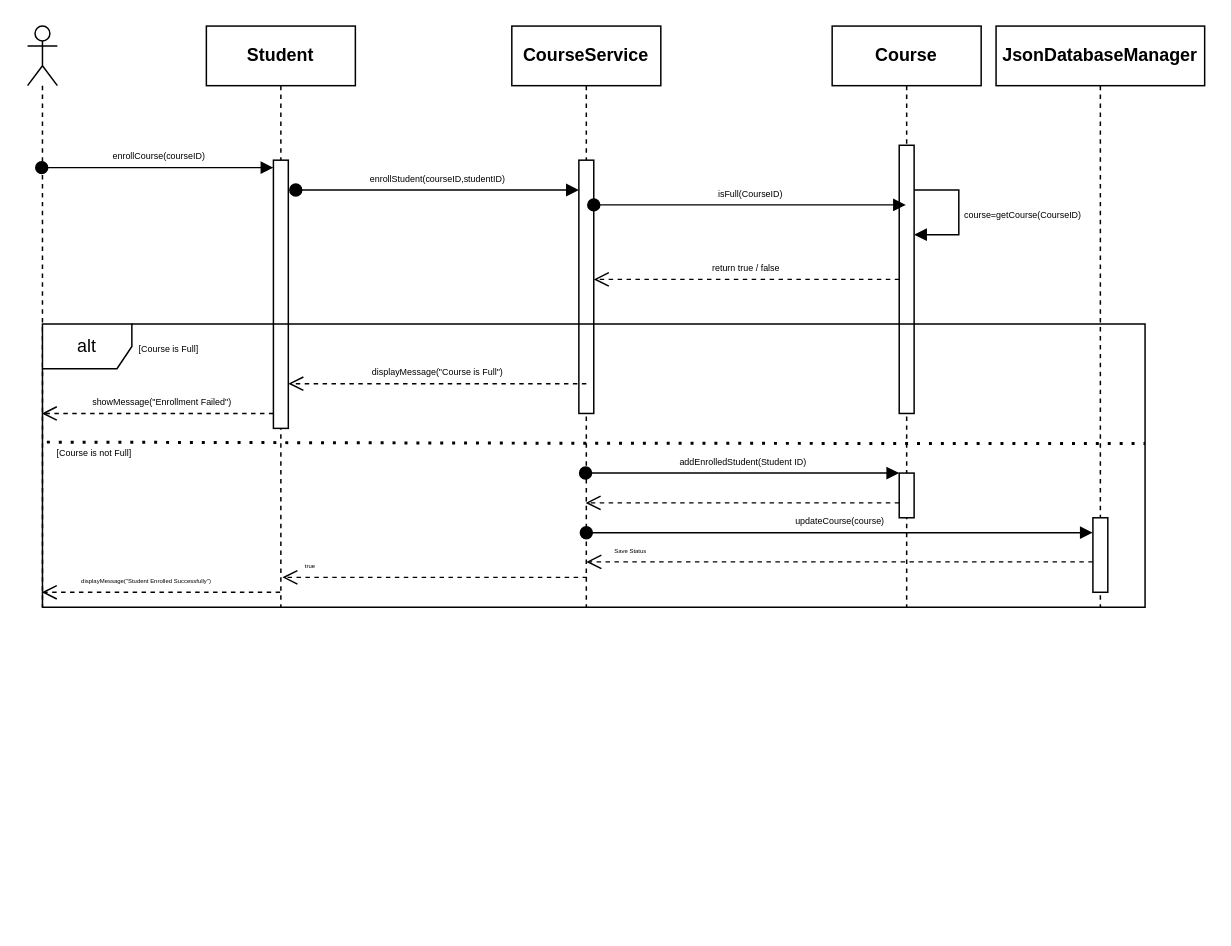
Earlier version of the draw.io diagram Sequence Diagram.drawio (Abdelaziz-Islam-Galal/Programming-2_Lab-6). Source tidied: cells renumbered, new cells numbered last; positions are measured from the earlier drawing's top-left corner, leaving out a move shared by most shapes. Both pictures are drawn from the tidied source at 149%, with x=0, y=0 at pixel (27, 25).
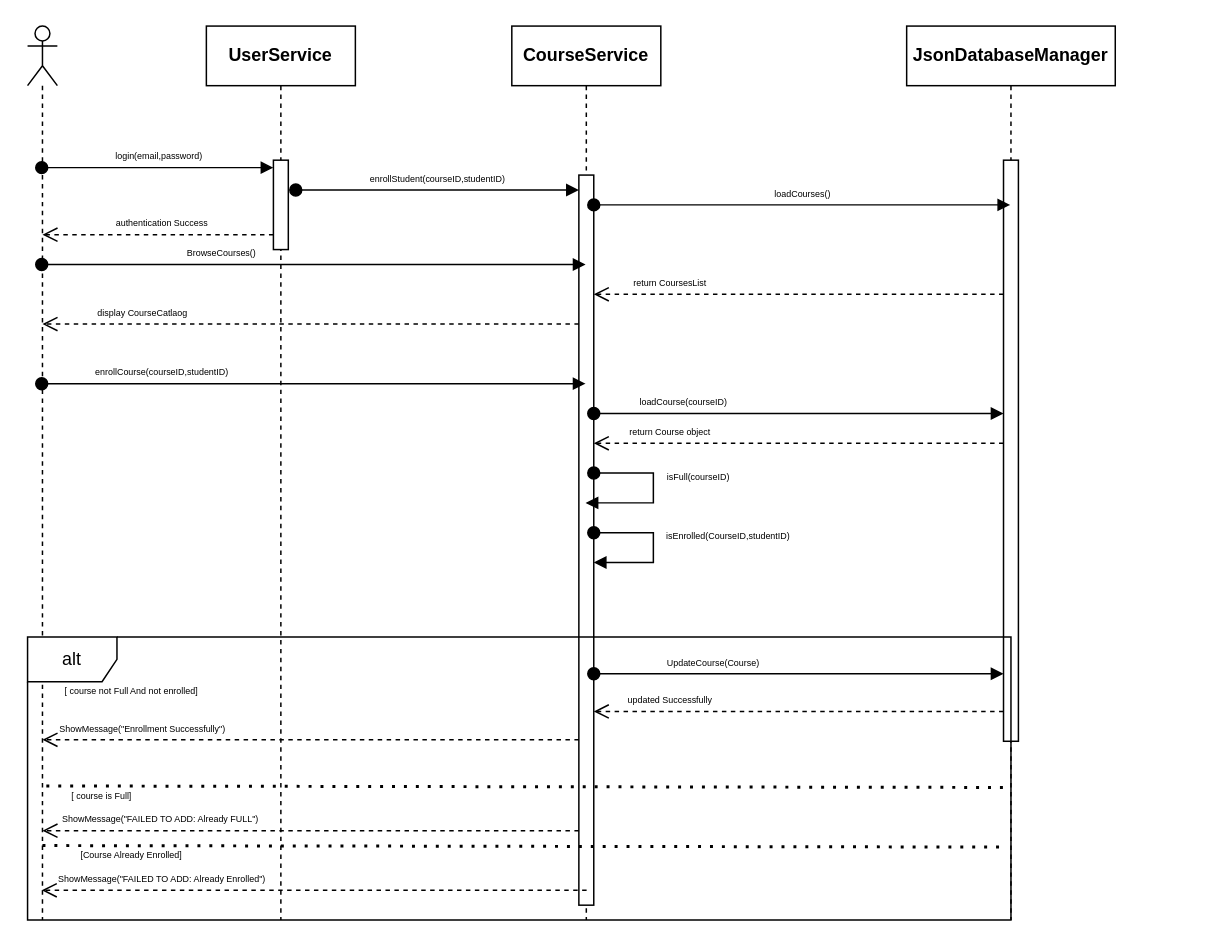
Above is the later version.

Diff of the diagram source:
```diff
@@
     <mxCell id="2" style="shape=umlLifeline;perimeter=lifelinePerimeter;whiteSpace=wrap;html=1;outlineConnect=0;portConstraint=eastwest;newEdgeStyle={&quot;curved&quot;:0,&quot;rounded&quot;:0};participant=umlActor;" parent="1" vertex="1">
-      <mxGeometry width="20" height="390" as="geometry" />
+      <mxGeometry width="20" height="600" as="geometry" />
     </mxCell>
-    <mxCell id="3" value="&lt;b&gt;Student&lt;/b&gt;" style="shape=umlLifeline;perimeter=lifelinePerimeter;whiteSpace=wrap;html=1;outlineConnect=0;portConstraint=eastwest;newEdgeStyle={&quot;curved&quot;:0,&quot;rounded&quot;:0};" parent="1" vertex="1">
-      <mxGeometry x="120" width="100" height="390" as="geometry" />
+    <mxCell id="3" value="&lt;b&gt;UserService&lt;/b&gt;" style="shape=umlLifeline;perimeter=lifelinePerimeter;whiteSpace=wrap;html=1;outlineConnect=0;portConstraint=eastwest;newEdgeStyle={&quot;curved&quot;:0,&quot;rounded&quot;:0};" parent="1" vertex="1">
+      <mxGeometry x="120" width="100" height="600" as="geometry" />
     </mxCell>
     <mxCell id="4" style="html=1;points=[[0,0,0,0,5],[0,1,0,0,-5],[1,0,0,0,5],[1,1,0,0,-5]];perimeter=orthogonalPerimeter;outlineConnect=0;targetShapes=umlLifeline;portConstraint=eastwest;newEdgeStyle={&quot;curved&quot;:0,&quot;rounded&quot;:0};" parent="3" vertex="1">
-      <mxGeometry x="45" y="90" width="10" height="180" as="geometry" />
+      <mxGeometry x="45" y="90" width="10" height="60" as="geometry" />
     </mxCell>
-    <mxCell id="5" value="&lt;font style=&quot;font-size: 6px;&quot;&gt;enrollCourse(courseID)&lt;/font&gt;" style="html=1;verticalAlign=bottom;startArrow=oval;endArrow=block;startSize=8;curved=0;rounded=0;entryX=0;entryY=0;entryDx=0;entryDy=5;" parent="1" edge="1" source="2" target="4">
+    <mxCell id="5" value="&lt;span style=&quot;font-size: 6px;&quot;&gt;login(email,password)&lt;/span&gt;" style="html=1;verticalAlign=bottom;startArrow=oval;endArrow=block;startSize=8;curved=0;rounded=0;entryX=0;entryY=0;entryDx=0;entryDy=5;" parent="1" edge="1" source="2" target="4">
       <mxGeometry relative="1" as="geometry" />
     </mxCell>
     <mxCell id="6" value="&lt;b&gt;CourseService&lt;/b&gt;" style="shape=umlLifeline;perimeter=lifelinePerimeter;whiteSpace=wrap;html=1;outlineConnect=0;portConstraint=eastwest;newEdgeStyle={&quot;curved&quot;:0,&quot;rounded&quot;:0};" parent="1" vertex="1">
-      <mxGeometry x="325" width="100" height="390" as="geometry" />
+      <mxGeometry x="325" width="100" height="600" as="geometry" />
     </mxCell>
     <mxCell id="7" style="html=1;points=[[0,0,0,0,5],[0,1,0,0,-5],[1,0,0,0,5],[1,1,0,0,-5]];perimeter=orthogonalPerimeter;outlineConnect=0;targetShapes=umlLifeline;portConstraint=eastwest;newEdgeStyle={&quot;curved&quot;:0,&quot;rounded&quot;:0};" parent="6" vertex="1">
-      <mxGeometry x="45" y="90" width="10" height="170" as="geometry" />
+      <mxGeometry x="45" y="100" width="10" height="490" as="geometry" />
     </mxCell>
-    <mxCell id="8" value="&lt;b&gt;Course&lt;/b&gt;" style="shape=umlLifeline;perimeter=lifelinePerimeter;whiteSpace=wrap;html=1;outlineConnect=0;portConstraint=eastwest;newEdgeStyle={&quot;curved&quot;:0,&quot;rounded&quot;:0};" parent="1" vertex="1">
-      <mxGeometry x="540" width="100" height="390" as="geometry" />
-    </mxCell>
-    <mxCell id="9" style="html=1;perimeter=orthogonalPerimeter;targetShapes=umlLifeline;newEdgeStyle={&quot;curved&quot;:0,&quot;rounded&quot;:0};" parent="8" vertex="1">
-      <mxGeometry x="45" y="80" width="10" height="180" as="geometry" />
-    </mxCell>
-    <mxCell id="10" value="&lt;font style=&quot;font-size: 6px;&quot;&gt;course=getCourse(CourseID)&lt;/font&gt;" style="html=1;align=left;spacingLeft=2;endArrow=block;rounded=0;edgeStyle=orthogonalEdgeStyle;curved=0;rounded=0;" parent="8" edge="1">
-      <mxGeometry relative="1" as="geometry">
-        <mxPoint x="55" y="110" as="sourcePoint" />
-        <mxPoint x="55" y="140" as="targetPoint" />
-        <Array as="points">
-          <mxPoint x="85" y="140" />
-        </Array>
-      </mxGeometry>
-    </mxCell>
-    <mxCell id="11" style="html=1;points=[[0,0,0,0,5],[0,1,0,0,-5],[1,0,0,0,5],[1,1,0,0,-5]];perimeter=orthogonalPerimeter;outlineConnect=0;targetShapes=umlLifeline;portConstraint=eastwest;newEdgeStyle={&quot;curved&quot;:0,&quot;rounded&quot;:0};" parent="8" vertex="1">
-      <mxGeometry x="45" y="300" width="10" height="30" as="geometry" />
-    </mxCell>
+    <mxCell id="32" value="&lt;font style=&quot;font-size: 6px;&quot;&gt;isFull(courseID)&lt;/font&gt;" style="html=1;verticalAlign=bottom;startArrow=oval;startFill=1;endArrow=block;startSize=8;curved=0;rounded=0;" parent="6" edge="1" source="7" target="6">
+      <mxGeometry x="-0.05" y="30" relative="1" as="geometry">
+        <Array as="points">
+          <mxPoint x="95" y="300" />
+          <mxPoint x="95" y="320" />
+        </Array>
+      </mxGeometry>
+    </mxCell>
+    <mxCell id="33" value="&lt;span style=&quot;font-size: 6px;&quot;&gt;isEnrolled(CourseID,studentID)&lt;/span&gt;" style="html=1;verticalAlign=bottom;startArrow=oval;startFill=1;endArrow=block;startSize=8;curved=0;rounded=0;" parent="6" edge="1" source="7" target="7">
+      <mxGeometry y="50" relative="1" as="geometry">
+        <Array as="points">
+          <mxPoint x="95" y="340" />
+          <mxPoint x="95" y="350" />
+          <mxPoint x="95" y="360" />
+        </Array>
+      </mxGeometry>
+    </mxCell>
     <mxCell id="12" value="&lt;b&gt;JsonDatabaseManager&lt;/b&gt;" style="shape=umlLifeline;perimeter=lifelinePerimeter;whiteSpace=wrap;html=1;outlineConnect=0;portConstraint=eastwest;newEdgeStyle={&quot;curved&quot;:0,&quot;rounded&quot;:0};" parent="1" vertex="1">
-      <mxGeometry x="650" width="140" height="390" as="geometry" />
+      <mxGeometry x="590" width="140" height="600" as="geometry" />
     </mxCell>
     <mxCell id="13" style="html=1;points=[[0,0,0,0,5],[0,1,0,0,-5],[1,0,0,0,5],[1,1,0,0,-5]];perimeter=orthogonalPerimeter;outlineConnect=0;targetShapes=umlLifeline;portConstraint=eastwest;newEdgeStyle={&quot;curved&quot;:0,&quot;rounded&quot;:0};" parent="12" vertex="1">
-      <mxGeometry x="65" y="330" width="10" height="50" as="geometry" />
+      <mxGeometry x="65" y="90" width="10" height="390" as="geometry" />
     </mxCell>
@@
+    <mxCell id="16" value="&lt;span style=&quot;font-size: 6px;&quot;&gt;loadCourses()&lt;/span&gt;" style="html=1;verticalAlign=bottom;startArrow=oval;endArrow=block;startSize=8;curved=0;rounded=0;" parent="1" edge="1" target="12">
+      <mxGeometry relative="1" as="geometry">
+        <mxPoint x="380" y="120" as="sourcePoint" />
+      </mxGeometry>
+    </mxCell>
+    <mxCell id="19" style="endArrow=none;dashed=1;html=1;dashPattern=1 3;strokeWidth=2;rounded=0;exitX=0.004;exitY=0.417;exitDx=0;exitDy=0;exitPerimeter=0;entryX=1;entryY=0.422;entryDx=0;entryDy=0;entryPerimeter=0;" parent="1" edge="1">
+      <mxGeometry relative="1" as="geometry">
+        <mxPoint x="12.6" y="510" as="sourcePoint" />
+        <mxPoint x="660" y="511" as="targetPoint" />
+      </mxGeometry>
+    </mxCell>
+    <mxCell id="34" value="&lt;span style=&quot;font-size: 6px;&quot;&gt;authentication Success&lt;/span&gt;" style="html=1;verticalAlign=bottom;endArrow=open;dashed=1;endSize=8;curved=0;rounded=0;" parent="1" edge="1" source="4">
+      <mxGeometry x="-0.03" relative="1" as="geometry">
+        <mxPoint x="10" y="140" as="targetPoint" />
+        <Array as="points">
+          <mxPoint x="140" y="140" />
+        </Array>
+      </mxGeometry>
+    </mxCell>
+    <mxCell id="35" value="&lt;span style=&quot;font-size: 6px;&quot;&gt;BrowseCourses()&lt;/span&gt;" style="html=1;verticalAlign=bottom;startArrow=oval;endArrow=block;startSize=8;curved=0;rounded=0;" parent="1" edge="1" source="2" target="6">
+      <mxGeometry x="-0.34" relative="1" as="geometry">
+        <Array as="points">
+          <mxPoint x="200" y="160" />
+        </Array>
+      </mxGeometry>
+    </mxCell>
+    <mxCell id="36" value="&lt;span style=&quot;font-size: 6px;&quot;&gt;return CoursesList&lt;/span&gt;" style="html=1;verticalAlign=bottom;endArrow=open;dashed=1;endSize=8;curved=0;rounded=0;" parent="1" edge="1" source="13">
+      <mxGeometry x="0.63" relative="1" as="geometry">
+        <mxPoint x="380" y="180" as="targetPoint" />
+        <Array as="points">
+          <mxPoint x="460" y="180" />
+        </Array>
+      </mxGeometry>
+    </mxCell>
     <mxCell id="15" value="alt" style="shape=umlFrame;whiteSpace=wrap;html=1;" parent="1" vertex="1">
-      <mxGeometry x="10" y="200" width="740" height="190" as="geometry" />
+      <mxGeometry y="410" width="660" height="190" as="geometry" />
     </mxCell>
-    <mxCell id="16" value="&lt;font style=&quot;font-size: 6px;&quot;&gt;isFull(CourseID)&lt;/font&gt;" style="html=1;verticalAlign=bottom;startArrow=oval;endArrow=block;startSize=8;curved=0;rounded=0;" parent="1" edge="1" target="8">
-      <mxGeometry relative="1" as="geometry">
-        <mxPoint x="380" y="120" as="sourcePoint" />
-      </mxGeometry>
-    </mxCell>
-    <mxCell id="17" value="&lt;font style=&quot;font-size: 6px;&quot;&gt;showMessage(&quot;Enrollment Failed&quot;)&lt;/font&gt;" style="html=1;verticalAlign=bottom;endArrow=open;dashed=1;endSize=8;curved=0;rounded=0;" parent="1" edge="1" source="4" target="2">
-      <mxGeometry x="-0.03" relative="1" as="geometry">
-        <Array as="points">
-          <mxPoint x="90" y="260" />
-        </Array>
-      </mxGeometry>
-    </mxCell>
-    <mxCell id="18" value="&lt;span style=&quot;font-size: 6px;&quot;&gt;return true / false&lt;/span&gt;" style="html=1;verticalAlign=bottom;endArrow=open;dashed=1;endSize=8;curved=0;rounded=0;" parent="1" edge="1" target="7">
-      <mxGeometry relative="1" as="geometry">
-        <mxPoint x="585" y="170" as="sourcePoint" />
-        <Array as="points">
-          <mxPoint x="450" y="170" />
-        </Array>
-      </mxGeometry>
-    </mxCell>
-    <mxCell id="19" style="endArrow=none;dashed=1;html=1;dashPattern=1 3;strokeWidth=2;rounded=0;exitX=0.004;exitY=0.417;exitDx=0;exitDy=0;exitPerimeter=0;entryX=1;entryY=0.422;entryDx=0;entryDy=0;entryPerimeter=0;" parent="1" edge="1" source="15" target="15">
-      <mxGeometry relative="1" as="geometry">
-        <Array as="points">
-          <mxPoint x="375" y="280" />
-        </Array>
-      </mxGeometry>
-    </mxCell>
-    <mxCell id="20" value="&lt;span style=&quot;font-size: 6px;&quot;&gt;displayMessage(&quot;Course is Full&quot;)&lt;/span&gt;" style="html=1;verticalAlign=bottom;endArrow=open;dashed=1;endSize=8;curved=0;rounded=0;" parent="1" edge="1">
-      <mxGeometry relative="1" as="geometry">
-        <mxPoint x="375" y="240" as="sourcePoint" />
-        <mxPoint x="175" y="240" as="targetPoint" />
-        <Array as="points">
-          <mxPoint x="185" y="240" />
-        </Array>
-      </mxGeometry>
-    </mxCell>
-    <mxCell id="21" value="&lt;font style=&quot;font-size: 6px;&quot;&gt;[Course is Full]&lt;/font&gt;" style="text;html=1;whiteSpace=wrap;strokeColor=none;fillColor=none;align=center;verticalAlign=middle;rounded=0;" parent="1" vertex="1">
-      <mxGeometry x="60" y="200" width="70" height="30" as="geometry" />
-    </mxCell>
-    <mxCell id="22" value="&lt;font style=&quot;font-size: 6px;&quot;&gt;[Course is not Full]&lt;/font&gt;" style="text;html=1;whiteSpace=wrap;strokeColor=none;fillColor=none;align=center;verticalAlign=middle;rounded=0;" parent="1" vertex="1">
-      <mxGeometry x="10" y="270" width="70" height="30" as="geometry" />
-    </mxCell>
-    <mxCell id="23" value="&lt;span style=&quot;font-size: 6px;&quot;&gt;addEnrolledStudent(Student ID)&lt;/span&gt;" style="html=1;verticalAlign=bottom;startArrow=oval;endArrow=block;startSize=8;curved=0;rounded=0;" parent="1" edge="1" source="6" target="11">
-      <mxGeometry relative="1" as="geometry" />
-    </mxCell>
-    <mxCell id="24" style="html=1;verticalAlign=bottom;endArrow=open;dashed=1;endSize=8;curved=0;rounded=0;" parent="1" edge="1" source="11" target="6">
-      <mxGeometry relative="1" as="geometry">
-        <Array as="points">
-          <mxPoint x="580" y="320" />
-        </Array>
-      </mxGeometry>
-    </mxCell>
-    <mxCell id="25" value="&lt;span style=&quot;font-size: 6px;&quot;&gt;updateCourse(course)&lt;/span&gt;" style="html=1;verticalAlign=bottom;startArrow=oval;endArrow=block;startSize=8;curved=0;rounded=0;" parent="1" edge="1">
-      <mxGeometry relative="1" as="geometry">
-        <mxPoint x="375" y="340" as="sourcePoint" />
-        <mxPoint x="714.9" y="340" as="targetPoint" />
-        <Array as="points">
-          <mxPoint x="449.9" y="340" />
-        </Array>
-      </mxGeometry>
-    </mxCell>
-    <mxCell id="26" style="html=1;verticalAlign=bottom;endArrow=open;dashed=1;endSize=8;curved=0;rounded=0;" parent="1" edge="1">
-      <mxGeometry relative="1" as="geometry">
-        <mxPoint x="714.9" y="359.6" as="sourcePoint" />
-        <mxPoint x="375" y="359.6" as="targetPoint" />
-        <Array as="points">
-          <mxPoint x="709.9" y="359.6" />
-          <mxPoint x="539.9" y="359.6" />
-        </Array>
-      </mxGeometry>
-    </mxCell>
-    <mxCell id="27" value="&lt;span style=&quot;font-size: 4px;&quot;&gt;Save Status&lt;/span&gt;" style="text;html=1;whiteSpace=wrap;strokeColor=none;fillColor=none;align=center;verticalAlign=middle;rounded=0;" parent="1" vertex="1">
-      <mxGeometry x="375" y="340" width="60" height="20" as="geometry" />
-    </mxCell>
-    <mxCell id="28" style="html=1;verticalAlign=bottom;endArrow=open;dashed=1;endSize=8;curved=0;rounded=0;" parent="1" edge="1">
-      <mxGeometry relative="1" as="geometry">
-        <mxPoint x="375.5" y="370" as="sourcePoint" />
-        <mxPoint x="171" y="370" as="targetPoint" />
-        <Array as="points">
-          <mxPoint x="336" y="370" />
-        </Array>
-      </mxGeometry>
-    </mxCell>
-    <mxCell id="29" value="&lt;font style=&quot;font-size: 4px;&quot;&gt;true&lt;/font&gt;" style="text;html=1;whiteSpace=wrap;strokeColor=none;fillColor=none;align=center;verticalAlign=middle;rounded=0;" parent="1" vertex="1">
-      <mxGeometry x="160" y="350" width="60" height="20" as="geometry" />
-    </mxCell>
-    <mxCell id="30" style="html=1;verticalAlign=bottom;endArrow=open;dashed=1;endSize=8;curved=0;rounded=0;" parent="1" edge="1" source="3" target="2">
-      <mxGeometry relative="1" as="geometry">
-        <Array as="points">
-          <mxPoint x="140" y="380" />
-          <mxPoint x="90" y="380" />
-        </Array>
-      </mxGeometry>
-    </mxCell>
-    <mxCell id="31" value="&lt;span style=&quot;font-size: 4px;&quot;&gt;displayMessage(&quot;Student Enrolled Successfully&quot;)&lt;/span&gt;" style="text;html=1;whiteSpace=wrap;strokeColor=none;fillColor=none;align=center;verticalAlign=middle;rounded=0;" parent="1" vertex="1">
-      <mxGeometry x="30" y="360" width="100" height="20" as="geometry" />
-    </mxCell>
+    <mxCell id="37" value="&lt;span style=&quot;font-size: 6px;&quot;&gt;display CourseCatlaog&lt;/span&gt;" style="html=1;verticalAlign=bottom;endArrow=open;dashed=1;endSize=8;curved=0;rounded=0;" parent="1" edge="1">
+      <mxGeometry x="0.63" relative="1" as="geometry">
+        <mxPoint x="370" y="200" as="sourcePoint" />
+        <mxPoint x="10" y="200" as="targetPoint" />
+        <Array as="points">
+          <mxPoint x="360" y="200" />
+          <mxPoint x="180" y="200" />
+        </Array>
+      </mxGeometry>
+    </mxCell>
+    <mxCell id="38" value="&lt;span style=&quot;font-size: 6px;&quot;&gt;enrollCourse(courseID,studentID)&lt;/span&gt;" style="html=1;verticalAlign=bottom;startArrow=oval;endArrow=block;startSize=8;curved=0;rounded=0;" parent="1" edge="1" source="2" target="6">
+      <mxGeometry x="-0.56" relative="1" as="geometry">
+        <Array as="points">
+          <mxPoint x="100" y="240" />
+        </Array>
+      </mxGeometry>
+    </mxCell>
+    <mxCell id="39" value="&lt;span style=&quot;font-size: 6px;&quot;&gt;loadCourse(courseID)&lt;/span&gt;" style="html=1;verticalAlign=bottom;startArrow=oval;endArrow=block;startSize=8;curved=0;rounded=0;" parent="1" edge="1" target="13">
+      <mxGeometry x="-0.56" relative="1" as="geometry">
+        <mxPoint x="380" y="260" as="sourcePoint" />
+        <Array as="points">
+          <mxPoint x="470" y="260" />
+        </Array>
+      </mxGeometry>
+    </mxCell>
+    <mxCell id="40" value="&lt;span style=&quot;font-size: 6px;&quot;&gt;return Course object&lt;/span&gt;" style="html=1;verticalAlign=bottom;endArrow=open;dashed=1;endSize=8;curved=0;rounded=0;" parent="1" edge="1" source="13">
+      <mxGeometry x="0.63" relative="1" as="geometry">
+        <mxPoint x="380" y="280" as="targetPoint" />
+        <Array as="points">
+          <mxPoint x="455" y="280" />
+        </Array>
+      </mxGeometry>
+    </mxCell>
+    <mxCell id="41" value="&lt;span style=&quot;font-size: 6px;&quot;&gt;[ course not Full And not enrolled]&lt;/span&gt;" style="text;html=1;whiteSpace=wrap;strokeColor=none;fillColor=none;align=center;verticalAlign=middle;rounded=0;" parent="1" vertex="1">
+      <mxGeometry x="20" y="430" width="100" height="30" as="geometry" />
+    </mxCell>
+    <mxCell id="42" value="&lt;span style=&quot;font-size: 6px;&quot;&gt;UpdateCourse(Course)&lt;/span&gt;" style="html=1;verticalAlign=bottom;startArrow=oval;endArrow=block;startSize=8;curved=0;rounded=0;" parent="1" edge="1">
+      <mxGeometry x="-0.42" relative="1" as="geometry">
+        <mxPoint x="380" y="434.7" as="sourcePoint" />
+        <mxPoint x="655" y="434.7" as="targetPoint" />
+        <Array as="points">
+          <mxPoint x="470" y="434.7" />
+        </Array>
+      </mxGeometry>
+    </mxCell>
+    <mxCell id="43" value="&lt;span style=&quot;font-size: 6px;&quot;&gt;updated Successfully&lt;/span&gt;" style="html=1;verticalAlign=bottom;endArrow=open;dashed=1;endSize=8;curved=0;rounded=0;" parent="1" edge="1">
+      <mxGeometry x="0.63" relative="1" as="geometry">
+        <mxPoint x="655" y="460" as="sourcePoint" />
+        <mxPoint x="380" y="460" as="targetPoint" />
+        <Array as="points">
+          <mxPoint x="455" y="460" />
+        </Array>
+      </mxGeometry>
+    </mxCell>
+    <mxCell id="44" value="&lt;span style=&quot;font-size: 6px;&quot;&gt;ShowMessage(&quot;Enrollment Successfully&quot;)&lt;/span&gt;" style="html=1;verticalAlign=bottom;endArrow=open;dashed=1;endSize=8;curved=0;rounded=0;" parent="1" edge="1">
+      <mxGeometry x="0.63" relative="1" as="geometry">
+        <mxPoint x="370" y="479" as="sourcePoint" />
+        <mxPoint x="10" y="479" as="targetPoint" />
+      </mxGeometry>
+    </mxCell>
+    <mxCell id="45" style="endArrow=none;dashed=1;html=1;dashPattern=1 3;strokeWidth=2;rounded=0;exitX=0.004;exitY=0.417;exitDx=0;exitDy=0;exitPerimeter=0;entryX=1;entryY=0.422;entryDx=0;entryDy=0;entryPerimeter=0;" parent="1" edge="1">
+      <mxGeometry relative="1" as="geometry">
+        <mxPoint x="10" y="550" as="sourcePoint" />
+        <mxPoint x="657.4" y="551" as="targetPoint" />
+      </mxGeometry>
+    </mxCell>
+    <mxCell id="46" value="&lt;span style=&quot;font-size: 6px;&quot;&gt;[ course is Full]&lt;/span&gt;" style="text;html=1;whiteSpace=wrap;strokeColor=none;fillColor=none;align=center;verticalAlign=middle;rounded=0;" parent="1" vertex="1">
+      <mxGeometry y="500" width="100" height="30" as="geometry" />
+    </mxCell>
+    <mxCell id="47" value="&lt;span style=&quot;font-size: 6px;&quot;&gt;[Course Already Enrolled]&lt;/span&gt;" style="text;html=1;whiteSpace=wrap;strokeColor=none;fillColor=none;align=center;verticalAlign=middle;rounded=0;" parent="1" vertex="1">
+      <mxGeometry x="20" y="540" width="100" height="30" as="geometry" />
+    </mxCell>
+    <mxCell id="48" value="&lt;span style=&quot;font-size: 6px;&quot;&gt;ShowMessage(&quot;FAILED TO ADD: Already FULL&quot;)&lt;/span&gt;" style="html=1;verticalAlign=bottom;endArrow=open;dashed=1;endSize=8;curved=0;rounded=0;" parent="1" edge="1">
+      <mxGeometry x="0.56" relative="1" as="geometry">
+        <mxPoint x="370" y="540" as="sourcePoint" />
+        <mxPoint x="10" y="540" as="targetPoint" />
+      </mxGeometry>
+    </mxCell>
+    <mxCell id="49" value="&lt;span style=&quot;font-size: 6px;&quot;&gt;ShowMessage(&quot;FAILED TO ADD: Already Enrolled&quot;)&lt;/span&gt;" style="html=1;verticalAlign=bottom;endArrow=open;dashed=1;endSize=8;curved=0;rounded=0;" parent="1" edge="1" target="2">
+      <mxGeometry x="0.56" relative="1" as="geometry">
+        <mxPoint x="375.2" y="580" as="sourcePoint" />
+      </mxGeometry>
+    </mxCell>
```
